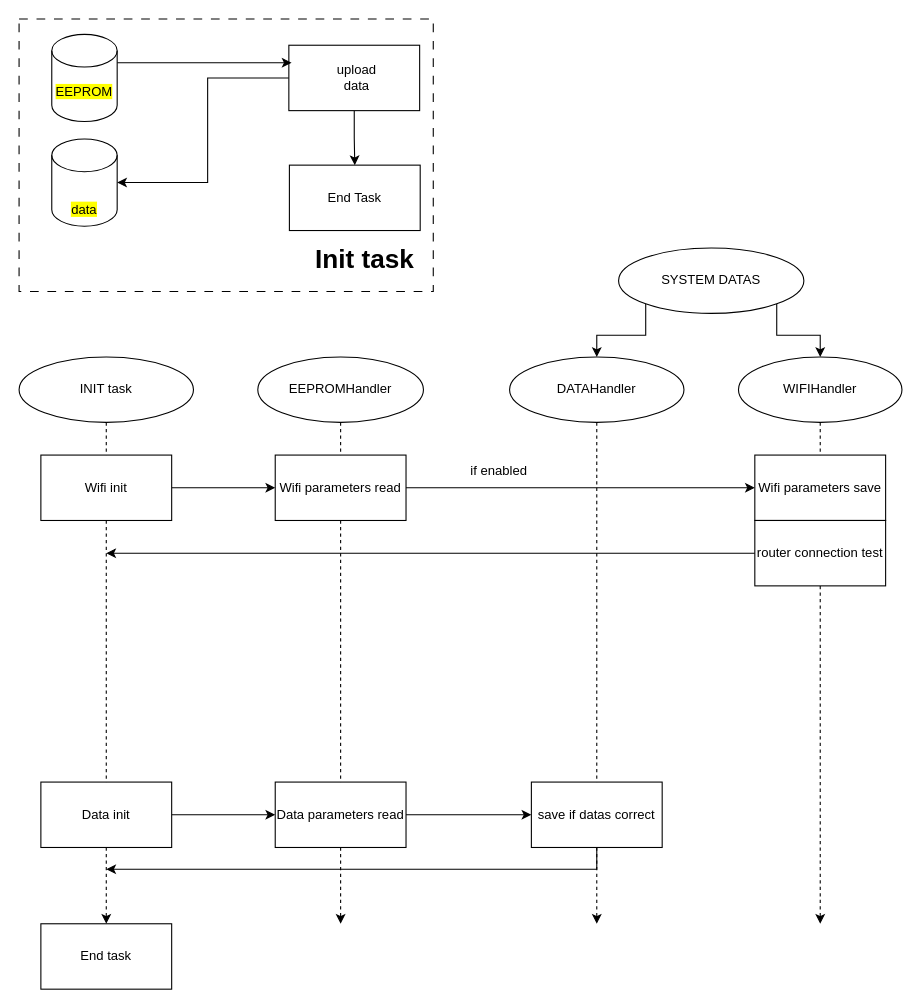
The draw.io diagram page "InitTask" (5 of 11) of ESP devices buildup.drawio in LBroKerR/ESP32_Thermostats, before the edit. Source tidied: cells renumbered, new cells numbered last; positions are measured from the earlier drawing's top-left corner, leaving out a move shared by most shapes. Both pictures are drawn from the tidied source at 109%, with x=0, y=0 at pixel (19, 19).
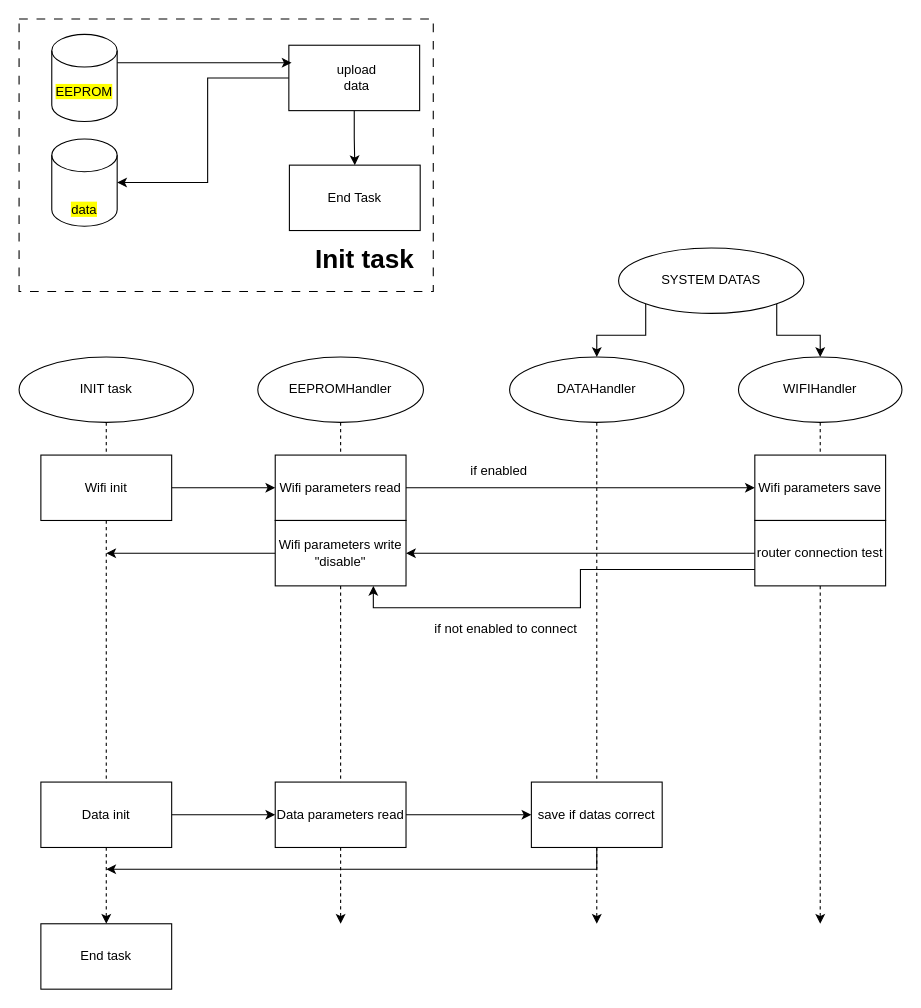
After the change.

Unchanged cells that the change refers to:
```xml
<mxCell id="30" value="router connection test" style="rounded=0;whiteSpace=wrap;html=1;" parent="1" vertex="1">
  <mxGeometry x="675" y="460" width="120" height="60" as="geometry" />
</mxCell>
```

Diff of the diagram source:
```diff
@@
-    <mxCell id="29" style="edgeStyle=orthogonalEdgeStyle;rounded=0;jettySize=auto;html=1;" parent="1" edge="1" source="30">
-      <mxGeometry relative="1" as="geometry">
-        <mxPoint x="80" y="490" as="targetPoint" />
-      </mxGeometry>
+    <mxCell id="29" style="edgeStyle=orthogonalEdgeStyle;rounded=0;jettySize=auto;html=1;entryX=1;entryY=0.5;entryDx=0;entryDy=0;" parent="1" edge="1" source="30" target="43">
+      <mxGeometry relative="1" as="geometry" />
     </mxCell>
@@
+    <mxCell id="40" style="edgeStyle=orthogonalEdgeStyle;rounded=0;jettySize=auto;html=1;exitX=0;exitY=0.5;exitDx=0;exitDy=0;" parent="1" edge="1" source="43">
+      <mxGeometry relative="1" as="geometry">
+        <mxPoint x="80" y="490" as="targetPoint" />
+      </mxGeometry>
+    </mxCell>
+    <mxCell id="41" value="if not enabled to connect&amp;nbsp;" style="text;html=1;align=center;verticalAlign=middle;strokeColor=none;fillColor=none;" parent="1" vertex="1">
+      <mxGeometry x="368" y="545" width="160" height="30" as="geometry" />
+    </mxCell>
@@
+    <mxCell id="42" style="edgeStyle=orthogonalEdgeStyle;rounded=0;jettySize=auto;html=1;exitX=0;exitY=0.75;exitDx=0;exitDy=0;entryX=0.75;entryY=1;entryDx=0;entryDy=0;" parent="1" edge="1" source="30" target="43">
+      <mxGeometry relative="1" as="geometry" />
+    </mxCell>
@@
+    <mxCell id="43" value="Wifi parameters write&lt;div&gt;&quot;disable&quot;&lt;/div&gt;" style="rounded=0;whiteSpace=wrap;html=1;" parent="1" vertex="1">
+      <mxGeometry x="235" y="460" width="120" height="60" as="geometry" />
+    </mxCell>
```
